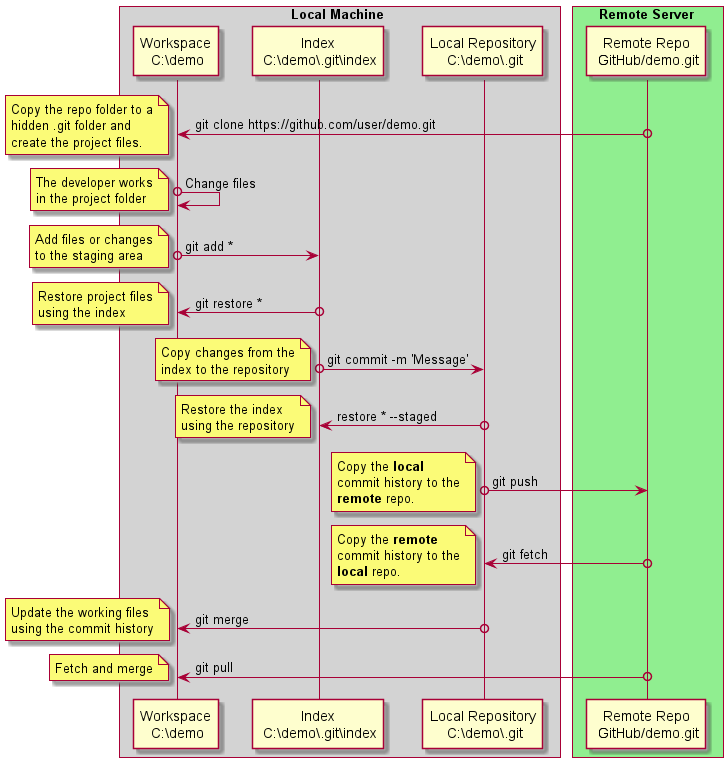
Above: Assets/images/git-dataflow-diagram.png in braboj/tutorial-git (PlantUML), before the change.
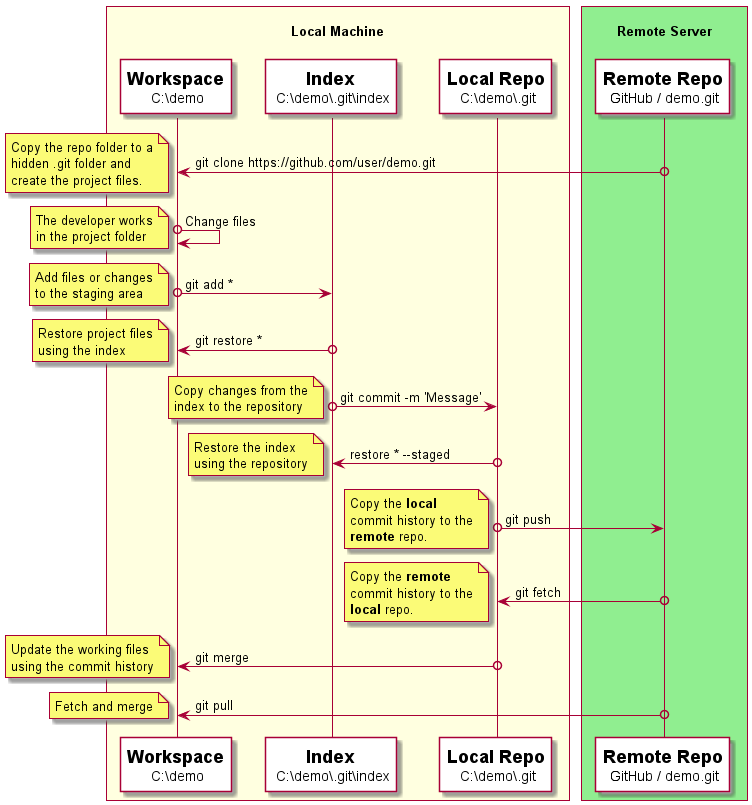
The same diagram one commit later.

Commit message:
(TUT-GIT) - Dataflow diagram

Change to the diagram source:
```diff
@@ -5,14 +5,15 @@
 skinparam BoxPadding 5
 
 
-box Local Machine #LightGrey
-    participant "Workspace\n C:\demo" as Workspace
-    participant "Index\n C:\demo\.git\index" as Index
-    participant "Local Repository\n C:\demo\.git" as Local
+
+box \nLocal Machine\n #LightYellow
+    participant "<size:18>**Workspace**</size>\n C:\demo" as Workspace #White
+    participant "<size:18>**Index**</size>\n C:\demo\.git\index" as Index #White
+    participant "<size:18>**Local Repo**</size>\n C:\demo\.git" as Local #White
 end box
 
-box Remote Server #LightGreen
-    participant "Remote Repo\n GitHub/demo.git" as Remote
+box \nRemote Server\n #LightGreen
+    participant "<size:18>**Remote Repo**</size>\n GitHub / demo.git" as Remote #White
 end box
 
 
```
